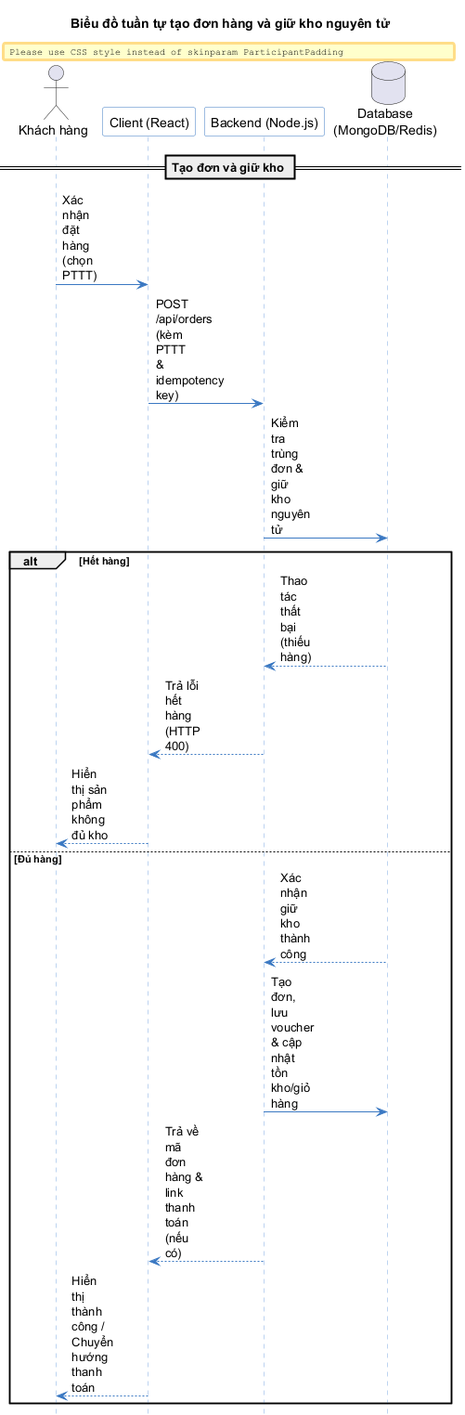
kiwwi1/DATN keeps this PlantUML diagram as report/Chuong/images/generated/order_creation_sequence.png. Above is the earlier version.
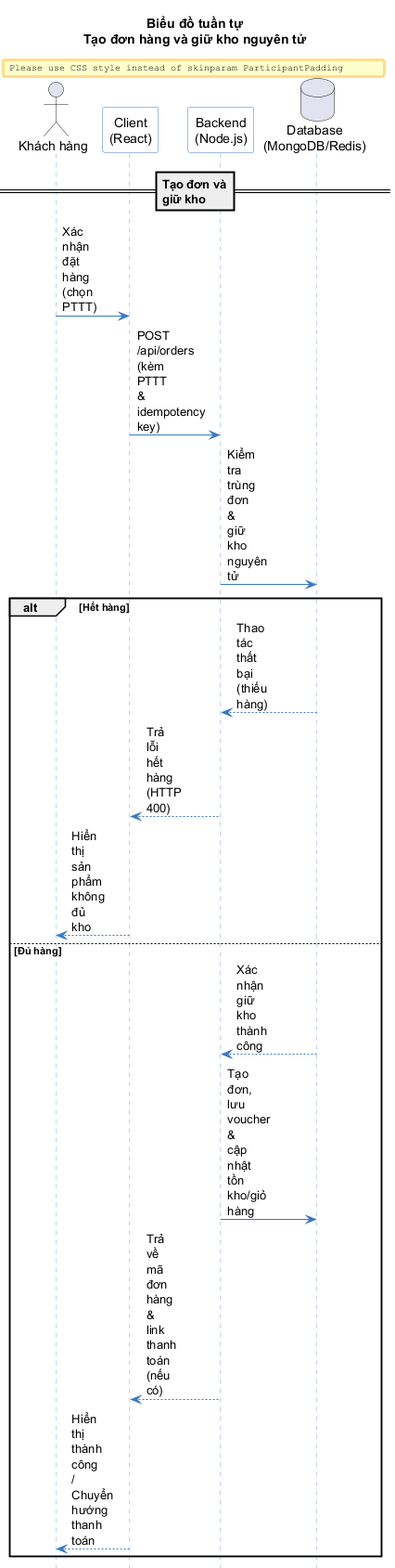
The same file after the commit.

The edit, as a diff of the source:
```diff
@@ -3,7 +3,7 @@
 skinparam shadowing false
 skinparam ParticipantPadding 12
 skinparam BoxPadding 8
-skinparam maxMessageSize 42
+skinparam maxMessageSize 28
 skinparam sequence {
   ArrowColor #3A78C2
   LifeLineBorderColor #7AA7E0
@@ -12,26 +12,26 @@
   ParticipantBackgroundColor white
 }
 
-title Biểu đồ tuần tự tạo đơn hàng và giữ kho nguyên tử
+title Biểu đồ tuần tự\nTạo đơn hàng và giữ kho nguyên tử
 
 actor "Khách hàng" as Buyer
-participant "Client (React)" as Client
-participant "Backend (Node.js)" as BE
+participant "Client\n(React)" as Client
+participant "Backend\n(Node.js)" as BE
 database "Database\n(MongoDB/Redis)" as DB
 
-== Tạo đơn và giữ kho ==
-Buyer -> Client: Xác nhận đặt hàng (chọn PTTT)
-Client -> BE: POST /api/orders (kèm PTTT & idempotency key)
-BE -> DB: Kiểm tra trùng đơn & giữ kho nguyên tử
+== Tạo đơn và\ngiữ kho ==
+Buyer -> Client: Xác nhận đặt hàng\n(chọn PTTT)
+Client -> BE: POST /api/orders\n(kèm PTTT & idempotency key)
+BE -> DB: Kiểm tra trùng đơn\n& giữ kho nguyên tử
 alt Hết hàng
-  DB --> BE: Thao tác thất bại (thiếu hàng)
+  DB --> BE: Thao tác thất bại\n(thiếu hàng)
   BE --> Client: Trả lỗi hết hàng (HTTP 400)
-  Client --> Buyer: Hiển thị sản phẩm không đủ kho
+  Client --> Buyer: Hiển thị sản phẩm\nkhông đủ kho
 else Đủ hàng
   DB --> BE: Xác nhận giữ kho thành công
-  BE -> DB: Tạo đơn, lưu voucher & cập nhật tồn kho/giỏ hàng
-  BE --> Client: Trả về mã đơn hàng & link thanh toán (nếu có)
-  Client --> Buyer: Hiển thị thành công / Chuyển hướng thanh toán
+  BE -> DB: Tạo đơn, lưu voucher\n& cập nhật tồn kho/giỏ hàng
+  BE --> Client: Trả về mã đơn hàng\n& link thanh toán (nếu có)
+  Client --> Buyer: Hiển thị thành công\n/ Chuyển hướng thanh toán
 end
 
 @enduml
```
